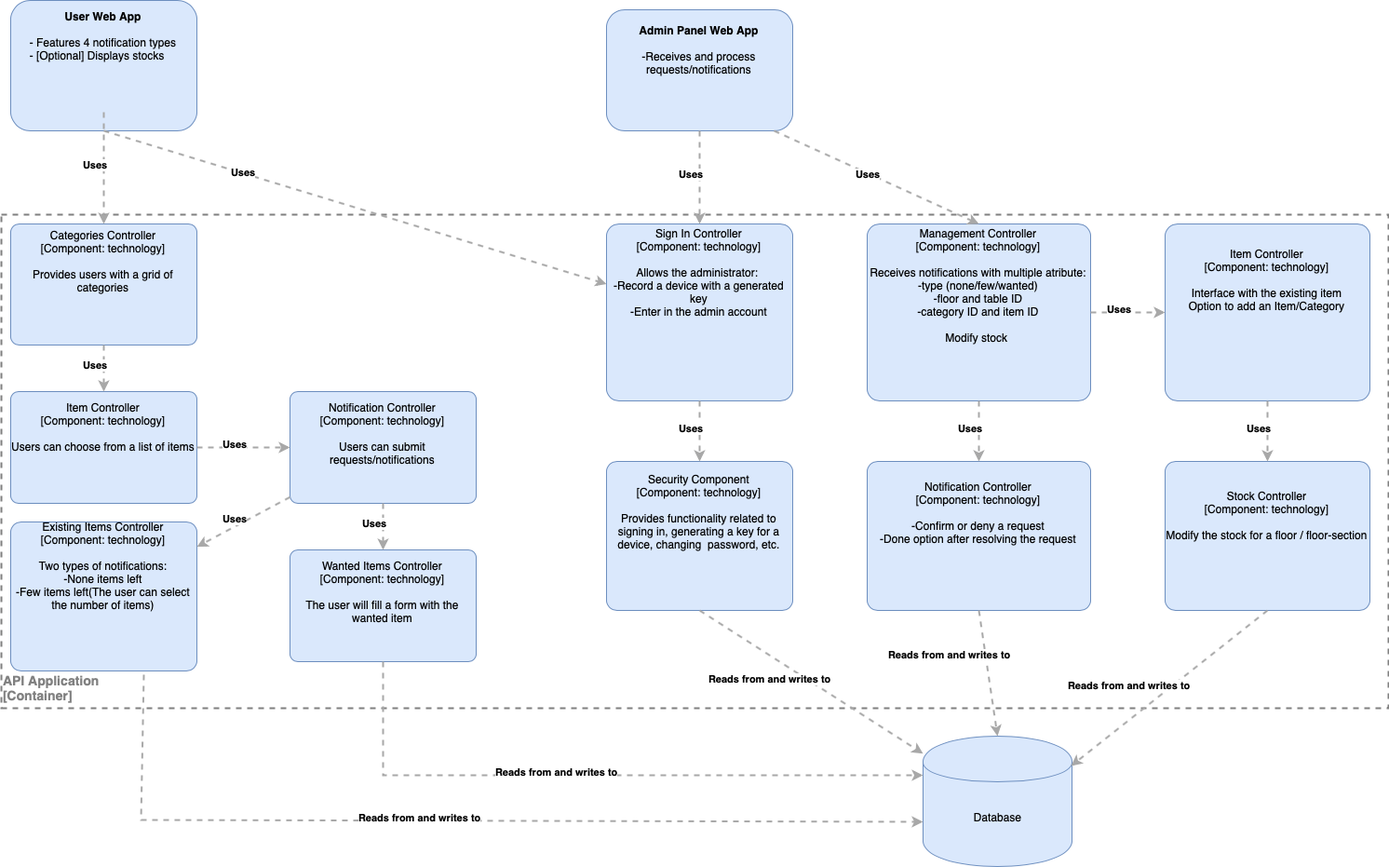
The draw.io diagram C4 Diagram/L3.png in vladbarbu/FratiiBrothers, before a commit. Source tidied: cells renumbered, new cells last; positions are measured from the earlier drawing's top-left corner, leaving out a move shared by most shapes.
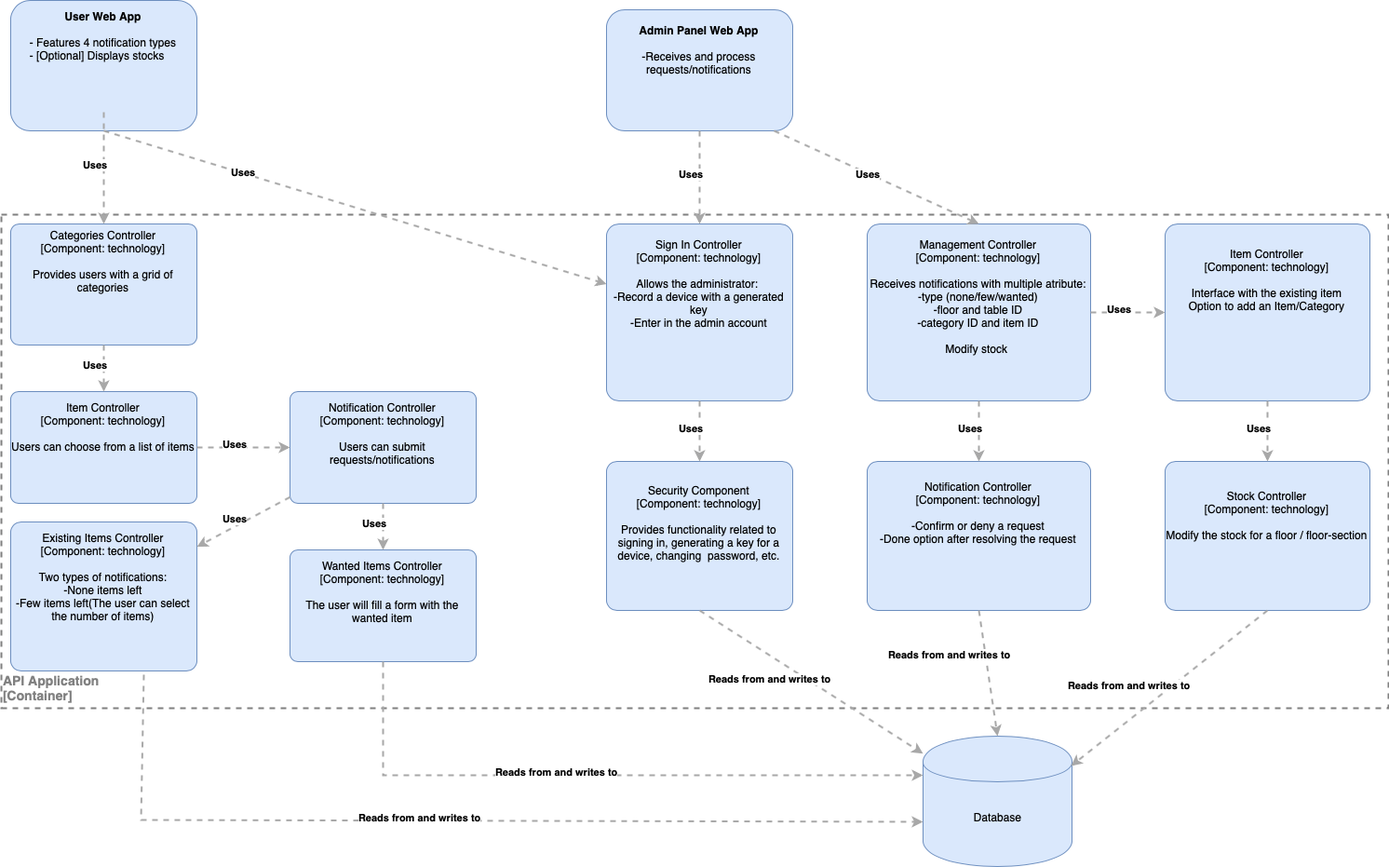
The same diagram one commit later.

What changed in the source:
```diff
@@ -11,7 +11,7 @@
     <mxCell id="4" value="&lt;b&gt;&lt;font color=&quot;#808080&quot; style=&quot;font-size: 14px&quot;&gt;API Application&lt;br&gt;[Container]&lt;br&gt;&lt;/font&gt;&lt;/b&gt;" style="text;html=1;align=left;verticalAlign=top;spacingTop=-4;" parent="1" vertex="1">
       <mxGeometry y="720" width="150" height="30" as="geometry" />
     </mxCell>
-    <object id="5" label="&lt;br&gt;&lt;br&gt;Sign In Controller&lt;div&gt;[Component: technology]&lt;/div&gt;&lt;div&gt;&lt;br&gt;&lt;/div&gt;&lt;div&gt;Allows the administrator:&amp;nbsp;&lt;/div&gt;&lt;div&gt;&lt;span style=&quot;font-size: 12px&quot;&gt;-Record a device with a generated key&lt;/span&gt;&lt;br&gt;&lt;/div&gt;&lt;div&gt;-Enter in the admin account&lt;/div&gt;" c4Description="Beschreibung" c4Name="name" c4Type="SoftwareSystem" placeholders="1">
+    <object id="5" label="&lt;br&gt;&lt;br&gt;&lt;br&gt;&lt;br&gt;&lt;br&gt;Sign In Controller&lt;div&gt;[Component: technology]&lt;/div&gt;&lt;div&gt;&lt;br&gt;&lt;/div&gt;&lt;div&gt;Allows the administrator:&amp;nbsp;&lt;/div&gt;&lt;div&gt;&lt;span style=&quot;font-size: 12px&quot;&gt;-Record a device with a generated key&lt;/span&gt;&lt;br&gt;&lt;/div&gt;&lt;div&gt;-Enter in the admin account&lt;/div&gt;" c4Description="Beschreibung" c4Name="name" c4Type="SoftwareSystem" placeholders="1">
       <mxCell style="rounded=1;whiteSpace=wrap;html=1;labelBackgroundColor=none;fillColor=#dae8fc;fontColor=#000000;align=center;arcSize=7;strokeColor=#6c8ebf;" parent="1" vertex="1">
         <mxGeometry x="650" y="240" width="200" height="190" as="geometry" />
       </mxCell>
@@ -19,7 +19,7 @@
     <mxCell id="6" value="&lt;div style=&quot;text-align: left&quot;&gt;&lt;div style=&quot;text-align: center&quot;&gt;&lt;b&gt;Uses&lt;/b&gt;&lt;/div&gt;&lt;/div&gt;" style="edgeStyle=none;rounded=0;html=1;jettySize=auto;strokeColor=#A8A8A8;strokeWidth=2;fontColor=#000000;jumpStyle=none;dashed=1;exitX=0.5;exitY=1;exitDx=0;exitDy=0;" parent="1" edge="1" source="3" target="5">
       <mxGeometry x="-0.41" relative="1" as="geometry" />
     </mxCell>
-    <object id="7" label="&lt;br&gt;&lt;br&gt;&lt;br&gt;Security Component&lt;br&gt;&lt;div&gt;[Component:&amp;nbsp;&lt;span&gt;technology&lt;/span&gt;&lt;span&gt;]&lt;/span&gt;&lt;/div&gt;&lt;div&gt;&lt;br&gt;&lt;/div&gt;&lt;div&gt;Provides functionality related to signing in, generating a key for a device, changing &amp;nbsp;password, etc.&lt;/div&gt;" c4Description="Beschreibung" c4Name="name" c4Technology="technology" c4Type="Component" placeholders="1">
+    <object id="7" label="&lt;br&gt;&lt;br&gt;&lt;br&gt;&lt;br&gt;&lt;br&gt;&lt;br&gt;Security Component&lt;br&gt;&lt;div&gt;[Component:&amp;nbsp;&lt;span&gt;technology&lt;/span&gt;&lt;span&gt;]&lt;/span&gt;&lt;/div&gt;&lt;div&gt;&lt;br&gt;&lt;/div&gt;&lt;div&gt;Provides functionality related to signing in, generating a key for a device, changing &amp;nbsp;password, etc.&lt;/div&gt;" c4Description="Beschreibung" c4Name="name" c4Technology="technology" c4Type="Component" placeholders="1">
       <mxCell style="rounded=1;whiteSpace=wrap;html=1;labelBackgroundColor=none;fillColor=#dae8fc;fontColor=#000000;align=center;arcSize=7;strokeColor=#6c8ebf;" parent="1" vertex="1">
         <mxGeometry x="650" y="495" width="200" height="160" as="geometry" />
       </mxCell>
@@ -61,7 +61,7 @@
     <mxCell id="16" value="&lt;div style=&quot;text-align: left&quot;&gt;&lt;div style=&quot;text-align: center&quot;&gt;&lt;b&gt;Uses&lt;/b&gt;&lt;/div&gt;&lt;/div&gt;" style="edgeStyle=none;rounded=0;html=1;jettySize=auto;strokeColor=#A8A8A8;strokeWidth=2;fontColor=#000000;jumpStyle=none;dashed=1;exitX=1;exitY=0.5;exitDx=0;exitDy=0;" parent="1" edge="1" source="13" target="15">
       <mxGeometry relative="1" as="geometry" />
     </mxCell>
-    <object id="17" label="&lt;span&gt;&lt;br&gt;&lt;br&gt;Existing Items Controller&lt;/span&gt;&lt;div&gt;[Component:&amp;nbsp;&lt;span&gt;technology&lt;/span&gt;&lt;span&gt;]&lt;/span&gt;&lt;/div&gt;&lt;div&gt;&lt;br&gt;&lt;/div&gt;&lt;div&gt;Two types of notifications:&lt;/div&gt;&lt;div&gt;-None items left&lt;/div&gt;&lt;div&gt;-Few items left(The user can select the number of items)&lt;/div&gt;" c4Description="Beschreibung" c4Name="name" c4Technology="technology" c4Type="Component" placeholders="1">
+    <object id="17" label="&lt;span&gt;&lt;br&gt;&lt;br&gt;&lt;br&gt;&lt;br&gt;&lt;br&gt;Existing Items Controller&lt;/span&gt;&lt;div&gt;[Component:&amp;nbsp;&lt;span&gt;technology&lt;/span&gt;&lt;span&gt;]&lt;/span&gt;&lt;/div&gt;&lt;div&gt;&lt;br&gt;&lt;/div&gt;&lt;div&gt;Two types of notifications:&lt;/div&gt;&lt;div&gt;-None items left&lt;/div&gt;&lt;div&gt;-Few items left(The user can select the number of items)&lt;/div&gt;" c4Description="Beschreibung" c4Name="name" c4Technology="technology" c4Type="Component" placeholders="1">
       <mxCell style="rounded=1;whiteSpace=wrap;html=1;labelBackgroundColor=none;fillColor=#dae8fc;fontColor=#000000;align=center;arcSize=7;strokeColor=#6c8ebf;" parent="1" vertex="1">
         <mxGeometry x="10" y="560" width="200" height="160" as="geometry" />
       </mxCell>
@@ -83,7 +83,7 @@
     <mxCell id="22" value="&lt;div style=&quot;text-align: left&quot;&gt;&lt;div style=&quot;text-align: center&quot;&gt;&lt;b&gt;Uses&lt;/b&gt;&lt;/div&gt;&lt;/div&gt;" style="edgeStyle=none;rounded=0;html=1;jettySize=auto;strokeColor=#A8A8A8;strokeWidth=2;fontColor=#000000;jumpStyle=none;dashed=1;exitX=0.5;exitY=1;exitDx=0;exitDy=0;" parent="1" edge="1" source="21" target="5">
       <mxGeometry relative="1" as="geometry" />
     </mxCell>
-    <object id="23" label="&lt;br&gt;&lt;br&gt;Management Controller&lt;div&gt;[Component: technology]&lt;/div&gt;&lt;div&gt;&lt;br&gt;&lt;/div&gt;&lt;div&gt;Receives notifications with multiple atribute:&lt;/div&gt;&lt;div&gt;-type (none/few/wanted)&lt;/div&gt;&lt;div&gt;-floor and table ID&lt;/div&gt;&lt;div&gt;-category ID and item ID&lt;/div&gt;&lt;div&gt;&lt;br&gt;&lt;/div&gt;&lt;div&gt;Modify stock&amp;nbsp;&lt;/div&gt;" c4Description="Beschreibung" c4Name="name" c4Type="SoftwareSystem" placeholders="1">
+    <object id="23" label="&lt;br&gt;&lt;br&gt;&lt;br&gt;&lt;br&gt;&lt;br&gt;Management Controller&lt;div&gt;[Component: technology]&lt;/div&gt;&lt;div&gt;&lt;br&gt;&lt;/div&gt;&lt;div&gt;Receives notifications with multiple atribute:&lt;/div&gt;&lt;div&gt;-type (none/few/wanted)&lt;/div&gt;&lt;div&gt;-floor and table ID&lt;/div&gt;&lt;div&gt;-category ID and item ID&lt;/div&gt;&lt;div&gt;&lt;br&gt;&lt;/div&gt;&lt;div&gt;Modify stock&amp;nbsp;&lt;/div&gt;" c4Description="Beschreibung" c4Name="name" c4Type="SoftwareSystem" placeholders="1">
       <mxCell style="rounded=1;whiteSpace=wrap;html=1;labelBackgroundColor=none;fillColor=#dae8fc;fontColor=#000000;align=center;arcSize=7;strokeColor=#6c8ebf;" parent="1" vertex="1">
         <mxGeometry x="930" y="240" width="240" height="190" as="geometry" />
       </mxCell>
```
